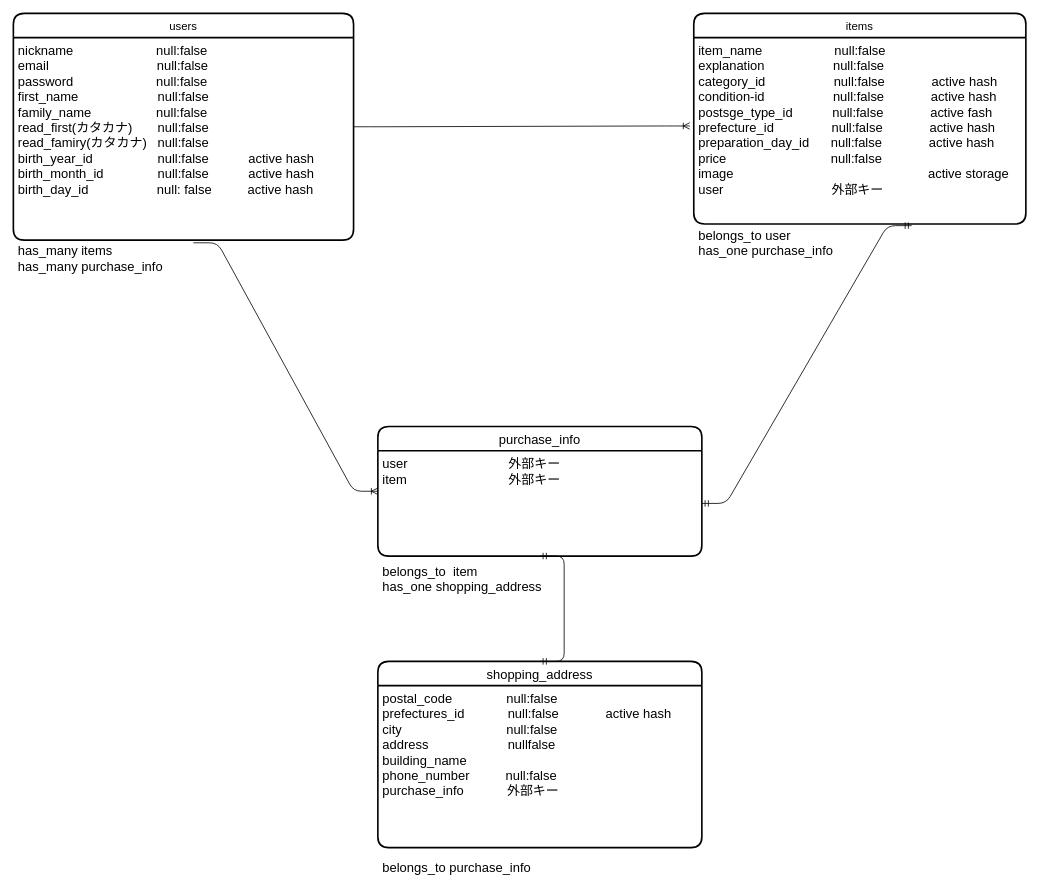
udagawa-hr4/furima-33549 keeps this draw.io diagram as furima.dio. Above is the earlier version. Source tidied: cells renumbered, new cells numbered last; positions are measured from the earlier drawing's top-left corner, leaving out a move shared by most shapes. Both pictures are drawn from the tidied source at 81%, with x=0, y=0 at pixel (13, 13).
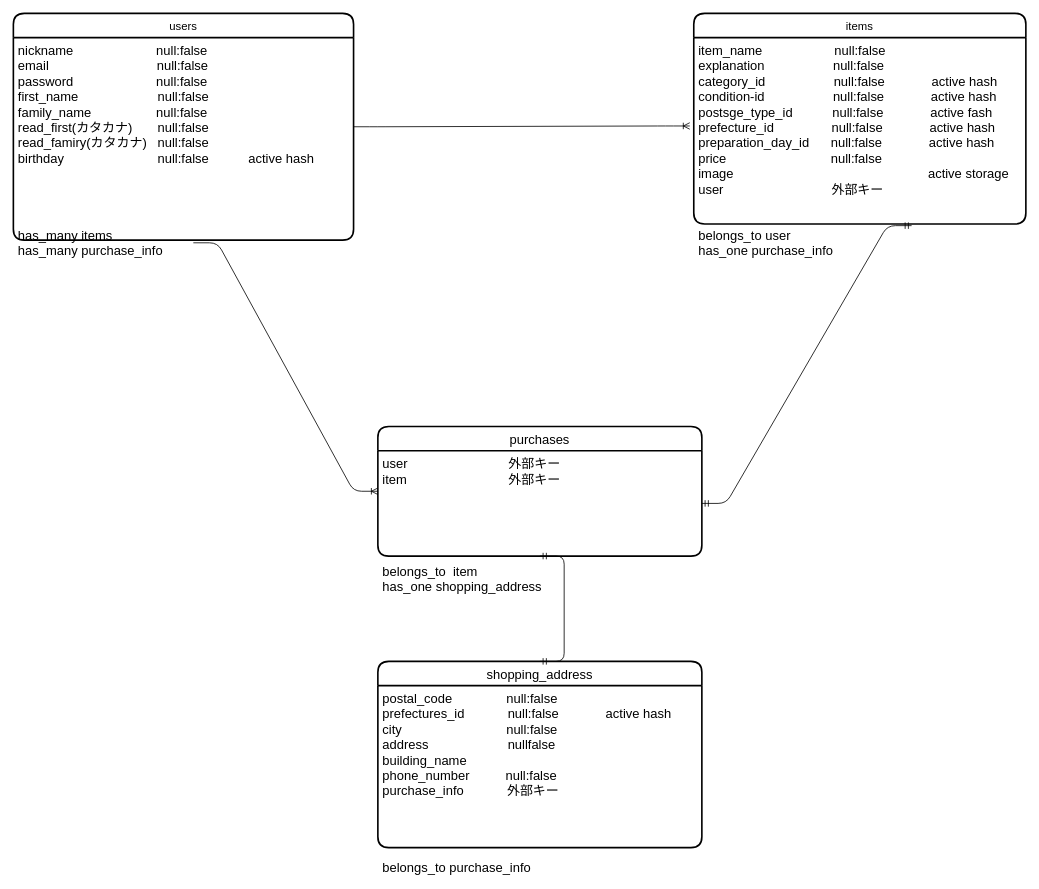
The same page after the edit.

Change to the diagram source:
```diff
@@
 <mxGraphModel>
   <root>
     <mxCell id="0" />
     <mxCell id="1" parent="0" />
     <mxCell id="2" value="users" style="swimlane;horizontal=1;startSize=30;rounded=1;fontSize=14;fontStyle=0;strokeWidth=2;shadow=0;dashed=0;align=center;dashPattern=1 2;labelBackgroundColor=none;" parent="1" vertex="1">
       <mxGeometry width="420" height="280" as="geometry" />
     </mxCell>
-    <mxCell id="3" value="nickname                       null:false&#10;email                              null:false&#10;password                       null:false&#10;first_name                      null:false&#10;family_name                  null:false&#10;read_first(カタカナ)       null:false&#10;read_famiry(カタカナ)   null:false&#10;birth_year_id                  null:false           active hash         &#10;birth_month_id               null:false           active hash&#10;birth_day_id                   null: false          active hash &#10;&#10;　&#10;&#10;has_many items&#10;has_many purchase_info　　&#10;&#10;" style="align=left;strokeColor=none;fillColor=none;spacingLeft=4;fontSize=16;verticalAlign=top;" parent="2" vertex="1">
+    <mxCell id="3" value="nickname                       null:false&#10;email                              null:false&#10;password                       null:false&#10;first_name                      null:false&#10;family_name                  null:false&#10;read_first(カタカナ)       null:false&#10;read_famiry(カタカナ)   null:false&#10;birthday                          null:false           active hash         &#10; &#10;&#10;　&#10;&#10;has_many items&#10;has_many purchase_info　　&#10;&#10;" style="align=left;strokeColor=none;fillColor=none;spacingLeft=4;fontSize=16;verticalAlign=top;" parent="2" vertex="1">
       <mxGeometry y="30" width="420" height="250" as="geometry" />
     </mxCell>
     <mxCell id="4" value="items" style="swimlane;horizontal=1;startSize=30;rounded=1;fontSize=14;fontStyle=0;strokeWidth=2;shadow=0;dashed=0;align=center;dashPattern=1 2;labelBackgroundColor=none;" parent="1" vertex="1">
       <mxGeometry x="840" width="410" height="260" as="geometry" />
     </mxCell>
     <mxCell id="5" value="item_name                    null:false&#10;explanation                   null:false&#10;category_id                   null:false             active hash&#10;condition-id                   null:false             active hash&#10;postsge_type_id           null:false             active fash&#10;prefecture_id                null:false             active hash&#10;preparation_day_id      null:false             active hash&#10;price                             null:false&#10;image                                                      active storage&#10;user                              外部キー                        &#10;&#10;&#10;belongs_to user&#10;has_one purchase_info&#10;&#10;" style="align=left;strokeColor=none;fillColor=none;spacingLeft=4;fontSize=16;verticalAlign=top;" parent="4" vertex="1">
       <mxGeometry y="30" width="410" height="230" as="geometry" />
     </mxCell>
     <mxCell id="6" style="edgeStyle=entityRelationEdgeStyle;fontSize=12;html=1;endArrow=ERoneToMany;entryX=-0.012;entryY=0.474;entryDx=0;entryDy=0;entryPerimeter=0;" parent="1" edge="1" target="5">
       <mxGeometry relative="1" as="geometry">
         <mxPoint x="420" y="140" as="sourcePoint" />
       </mxGeometry>
     </mxCell>
-    <mxCell id="7" value="purchase_info" style="swimlane;horizontal=1;startSize=30;rounded=1;fontSize=16;fontStyle=0;strokeWidth=2;shadow=0;dashed=0;align=center;dashPattern=1 2;labelBackgroundColor=none;" parent="1" vertex="1">
+    <mxCell id="7" value="purchases" style="swimlane;horizontal=1;startSize=30;rounded=1;fontSize=16;fontStyle=0;strokeWidth=2;shadow=0;dashed=0;align=center;dashPattern=1 2;labelBackgroundColor=none;" parent="1" vertex="1">
       <mxGeometry x="450" y="510" width="400" height="160" as="geometry" />
     </mxCell>
     <mxCell id="8" value="user                            外部キー&#10;item　　　　　　　   外部キー&#10;&#10;&#10;&#10;&#10;&#10;belongs_to  item&#10;has_one shopping_address" style="align=left;strokeColor=none;fillColor=none;spacingLeft=4;fontSize=16;verticalAlign=top;" parent="7" vertex="1">
       <mxGeometry y="30" width="400" height="130" as="geometry" />
     </mxCell>
     <mxCell id="9" style="edgeStyle=entityRelationEdgeStyle;fontSize=12;html=1;endArrow=ERmandOne;startArrow=ERmandOne;exitX=1;exitY=0.5;exitDx=0;exitDy=0;entryX=0.656;entryY=1.009;entryDx=0;entryDy=0;entryPerimeter=0;" parent="1" edge="1" source="8" target="5">
       <mxGeometry relative="1" as="geometry" />
     </mxCell>
     <mxCell id="10" style="edgeStyle=entityRelationEdgeStyle;fontSize=12;html=1;endArrow=ERoneToMany;entryX=0;entryY=0.5;entryDx=0;entryDy=0;exitX=0.529;exitY=1.013;exitDx=0;exitDy=0;exitPerimeter=0;" parent="1" edge="1" source="3" target="7">
       <mxGeometry relative="1" as="geometry" />
     </mxCell>
     <mxCell id="11" value="shopping_address" style="swimlane;horizontal=1;startSize=30;rounded=1;fontSize=16;fontStyle=0;strokeWidth=2;shadow=0;dashed=0;align=center;dashPattern=1 2;labelBackgroundColor=none;" parent="1" vertex="1">
       <mxGeometry x="450" y="800" width="400" height="230" as="geometry" />
     </mxCell>
     <mxCell id="12" value="postal_code               null:false             &#10;prefectures_id            null:false             active hash&#10;city                             null:false&#10;address                      nullfalse&#10;building_name&#10;phone_number          null:false &#10;purchase_info            外部キー&#10;&#10;&#10;&#10;&#10;belongs_to purchase_info&#10;&#10;&#10;                       " style="align=left;strokeColor=none;fillColor=none;spacingLeft=4;fontSize=16;verticalAlign=top;" parent="11" vertex="1">
       <mxGeometry y="30" width="400" height="200" as="geometry" />
     </mxCell>
     <mxCell id="13" style="edgeStyle=entityRelationEdgeStyle;fontSize=12;html=1;endArrow=ERmandOne;startArrow=ERmandOne;exitX=0.5;exitY=0;exitDx=0;exitDy=0;entryX=0.5;entryY=1;entryDx=0;entryDy=0;" parent="1" edge="1" source="11" target="8">
       <mxGeometry relative="1" as="geometry" />
     </mxCell>
   </root>
 </mxGraphModel>
```
